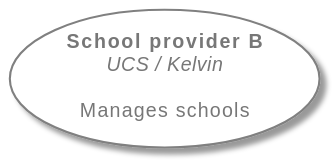
Above: docs/images/object_school_provider_b.svg in univention/ucsschool-id-connector (PlantUML), before the change.
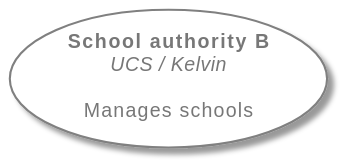
The same file after the commit.

Change to the diagram source:
```diff
@@ -1,4 +1,4 @@
 @startuml
     !include styling.puml
-     usecase "<b>School provider B\n<i>UCS / Kelvin\n\nManages schools" as school_provider_b
+     usecase "<b>School authority B\n<i>UCS / Kelvin\n\nManages schools" as school_provider_b
 @enduml
```
